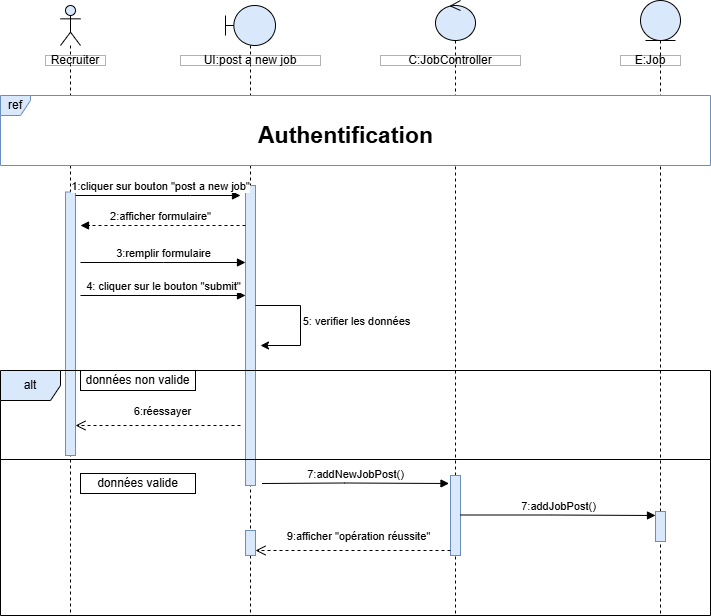
Before: Diagramme sequence publier nouveau emploi.png, a diagram exported from draw.io (chirine1/-project). Source tidied: cells renumbered, new cells last; positions are measured from the earlier drawing's top-left corner, leaving out a move shared by most shapes.
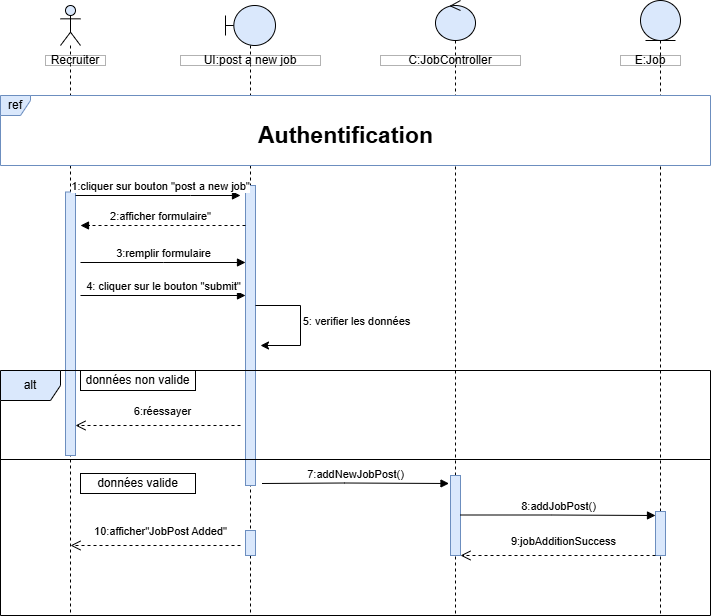
Later version of the same file.

Commit message:
Mettre à jour Diagramme sequence publier nouveau emploi.png

Diff of the diagram source:
```diff
@@ -84,7 +84,7 @@
       <mxGeometry x="255" y="115" width="180" height="40" as="geometry" />
     </mxCell>
     <mxCell id="23" style="html=1;perimeter=orthogonalPerimeter;targetShapes=umlLifeline;newEdgeStyle={&quot;curved&quot;:0,&quot;rounded&quot;:0};fillColor=#dae8fc;strokeColor=#6c8ebf;" parent="1" vertex="1">
-      <mxGeometry x="655" y="511" width="10" height="30" as="geometry" />
+      <mxGeometry x="655" y="511" width="10" height="44" as="geometry" />
     </mxCell>
     <mxCell id="24" style="html=1;points=[[0,0,0,0,5],[0,1,0,0,-5],[1,0,0,0,5],[1,1,0,0,-5]];perimeter=orthogonalPerimeter;outlineConnect=0;targetShapes=umlLifeline;portConstraint=eastwest;newEdgeStyle={&quot;curved&quot;:0,&quot;rounded&quot;:0};fillColor=#dae8fc;strokeColor=#6c8ebf;" parent="1" vertex="1">
       <mxGeometry x="245" y="530" width="10" height="25" as="geometry" />
@@ -119,7 +119,7 @@
         </Array>
       </mxGeometry>
     </mxCell>
-    <mxCell id="29" value="7:addJobPost()" style="html=1;verticalAlign=bottom;endArrow=block;curved=0;rounded=0;" parent="1" edge="1" source="21">
+    <mxCell id="29" value="8:addJobPost()" style="html=1;verticalAlign=bottom;endArrow=block;curved=0;rounded=0;" parent="1" edge="1" source="21">
       <mxGeometry relative="1" as="geometry">
         <mxPoint x="655" y="515" as="targetPoint" />
         <Array as="points">
@@ -127,8 +127,17 @@
         </Array>
       </mxGeometry>
     </mxCell>
-    <mxCell id="30" value="9:afficher &quot;opération réussite&quot;" style="html=1;verticalAlign=bottom;endArrow=open;dashed=1;endSize=8;curved=0;rounded=0;exitX=0;exitY=1;exitDx=0;exitDy=-5;exitPerimeter=0;entryX=1;entryY=1;entryDx=0;entryDy=-5;entryPerimeter=0;" parent="1" edge="1" source="21" target="24">
-      <mxGeometry x="-0.05" y="-5" relative="1" as="geometry" />
+    <mxCell id="30" value="&lt;div style=&quot;text-align: left;&quot;&gt;9:jobAdditionSuccess&lt;/div&gt;" style="html=1;verticalAlign=bottom;endArrow=open;dashed=1;endSize=8;curved=0;rounded=0;exitX=0;exitY=1;exitDx=0;exitDy=-5;exitPerimeter=0;entryX=1;entryY=1;entryDx=0;entryDy=-5;entryPerimeter=0;" parent="1" edge="1">
+      <mxGeometry x="-0.06" y="-5" relative="1" as="geometry">
+        <mxPoint x="655" y="555" as="sourcePoint" />
+        <mxPoint x="460" y="555" as="targetPoint" />
+      </mxGeometry>
     </mxCell>
+    <mxCell id="31" value="&lt;div style=&quot;text-align: left;&quot;&gt;10:afficher&quot;JobPost Added&quot;&lt;/div&gt;" style="html=1;verticalAlign=bottom;endArrow=open;dashed=1;endSize=8;curved=0;rounded=0;entryX=1;entryY=1;entryDx=0;entryDy=-5;entryPerimeter=0;" parent="1" edge="1">
+      <mxGeometry x="-0.06" y="-5" relative="1" as="geometry">
+        <mxPoint x="240" y="545" as="sourcePoint" />
+        <mxPoint x="70" y="545" as="targetPoint" />
+      </mxGeometry>
+    </mxCell>
   </root>
 </mxGraphModel>
```
